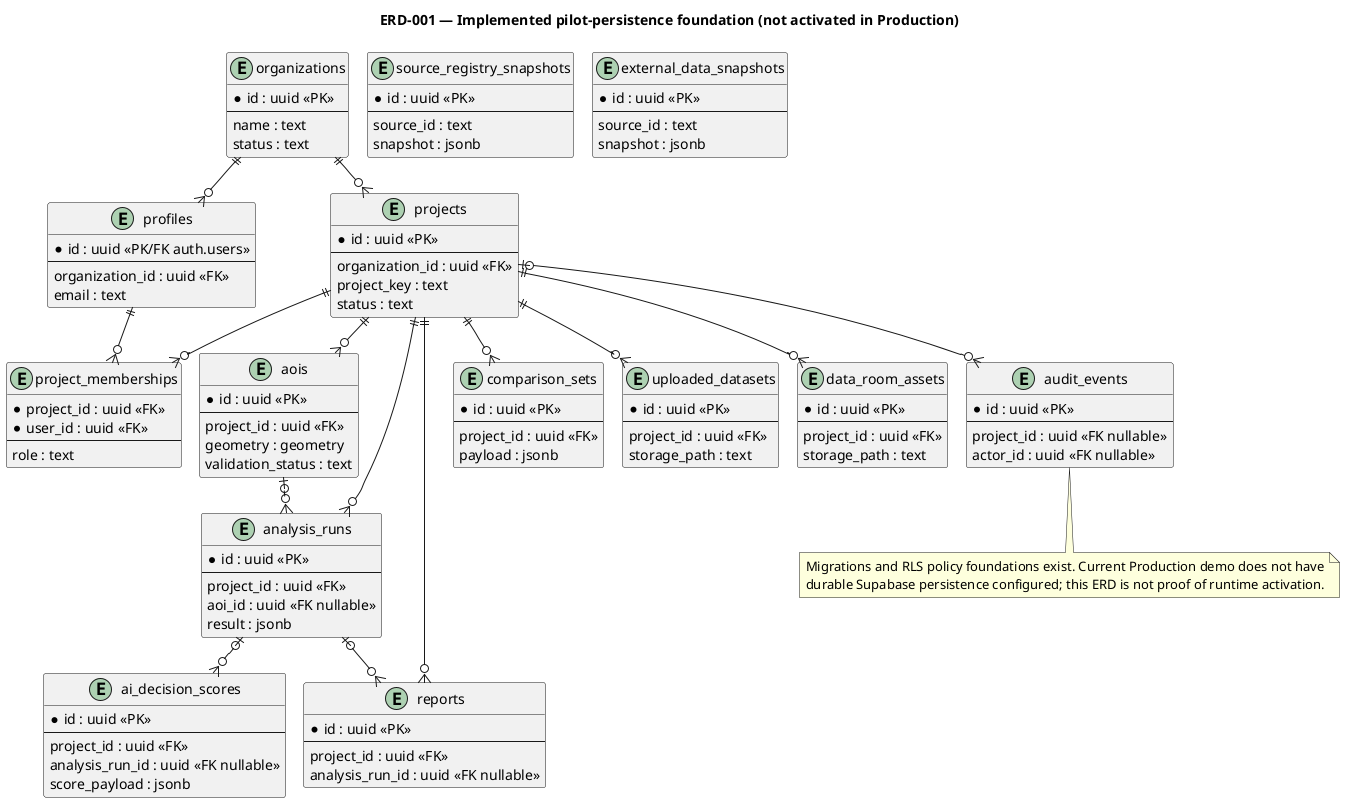
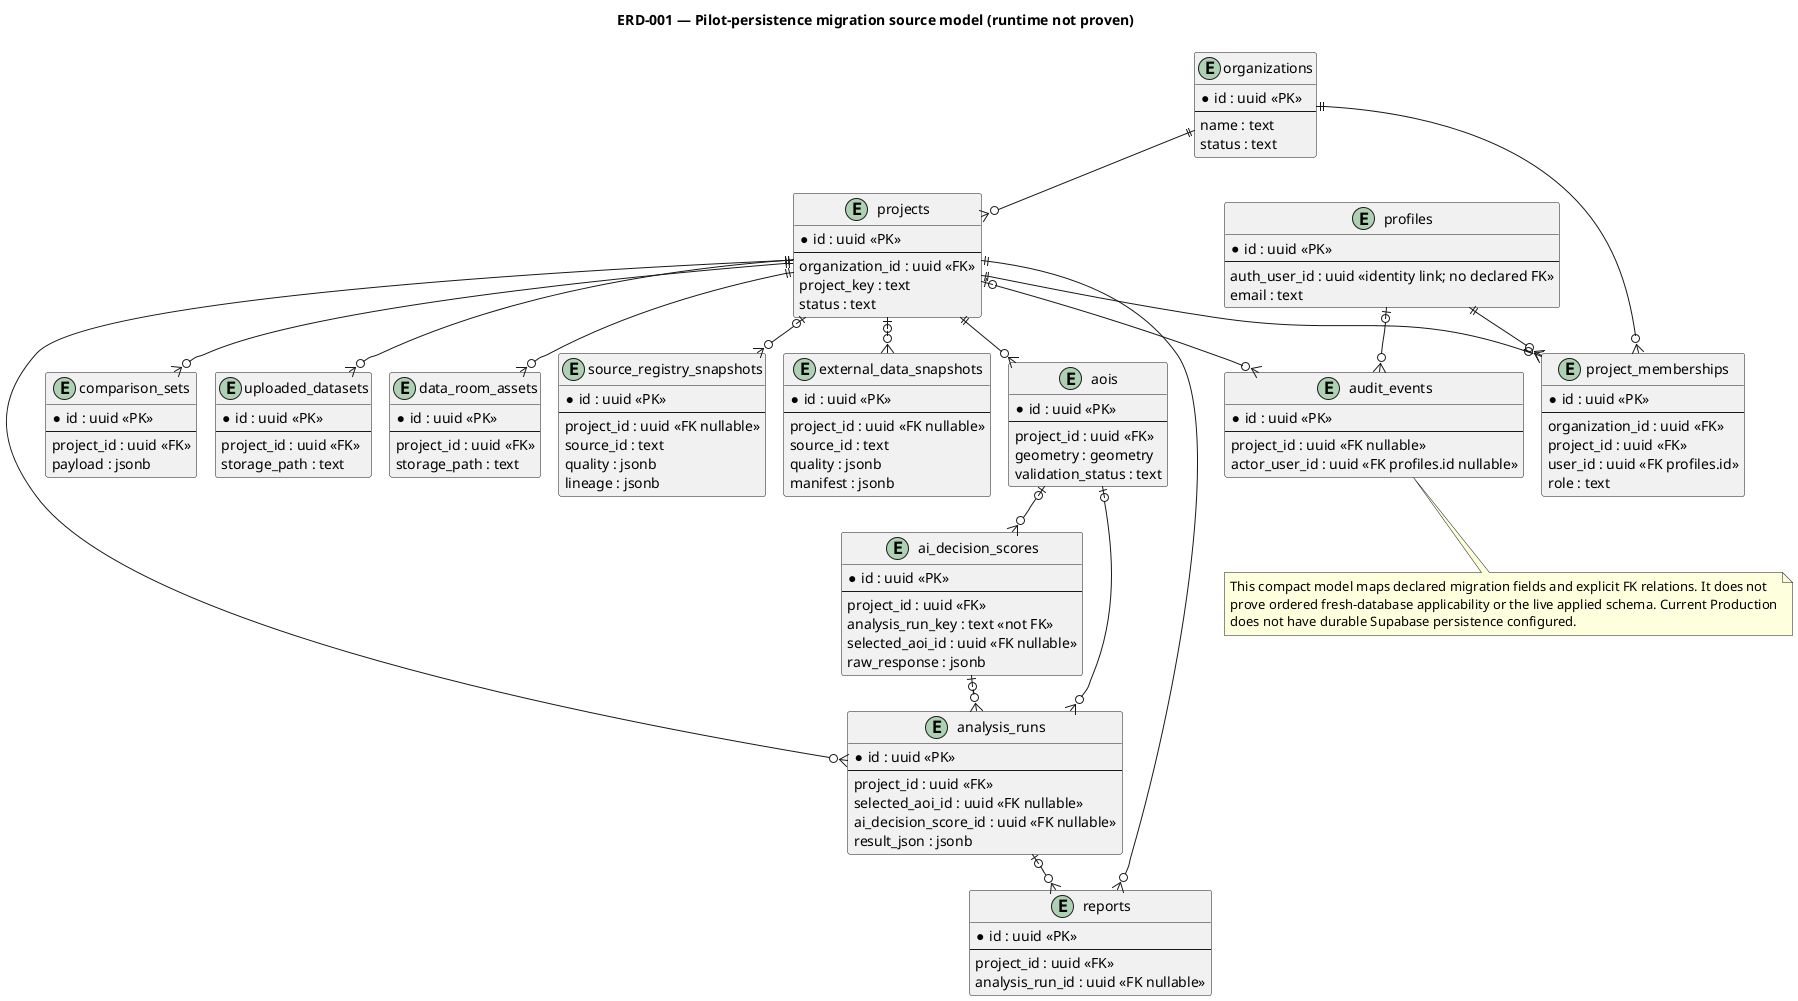
@startuml ERD-001
!pragma layout smetana
- title ERD-001 — Implemented pilot-persistence foundation (not activated in Production)
+ title ERD-001 — Pilot-persistence migration source model (runtime not proven)
hide methods
hide stereotypes
skinparam backgroundColor #FFFFFF
skinparam shadowing false
skinparam defaultFontName Arial

entity organizations {
  * id : uuid <<PK>>
  --
  name : text
  status : text
}
entity profiles {
-   * id : uuid <<PK/FK auth.users>>
+   * id : uuid <<PK>>
  --
-   organization_id : uuid <<FK>>
+   auth_user_id : uuid <<identity link; no declared FK>>
  email : text
}
entity projects {
  * id : uuid <<PK>>
  --
  organization_id : uuid <<FK>>
  project_key : text
  status : text
}
entity project_memberships {
-   * project_id : uuid <<FK>>
-   * user_id : uuid <<FK>>
+   * id : uuid <<PK>>
  --
+   organization_id : uuid <<FK>>
+   project_id : uuid <<FK>>
+   user_id : uuid <<FK profiles.id>>
  role : text
}
entity aois {
  * id : uuid <<PK>>
  --
  project_id : uuid <<FK>>
  geometry : geometry
  validation_status : text
}
entity analysis_runs {
  * id : uuid <<PK>>
  --
  project_id : uuid <<FK>>
-   aoi_id : uuid <<FK nullable>>
-   result : jsonb
+   selected_aoi_id : uuid <<FK nullable>>
+   ai_decision_score_id : uuid <<FK nullable>>
+   result_json : jsonb
}
entity ai_decision_scores {
  * id : uuid <<PK>>
  --
  project_id : uuid <<FK>>
-   analysis_run_id : uuid <<FK nullable>>
-   score_payload : jsonb
+   analysis_run_key : text <<not FK>>
+   selected_aoi_id : uuid <<FK nullable>>
+   raw_response : jsonb
}
entity reports {
  * id : uuid <<PK>>
  --
  project_id : uuid <<FK>>
  analysis_run_id : uuid <<FK nullable>>
}
entity comparison_sets {
  * id : uuid <<PK>>
  --
  project_id : uuid <<FK>>
  payload : jsonb
}
entity uploaded_datasets {
  * id : uuid <<PK>>
  --
  project_id : uuid <<FK>>
  storage_path : text
}
entity data_room_assets {
  * id : uuid <<PK>>
  --
  project_id : uuid <<FK>>
  storage_path : text
}
entity source_registry_snapshots {
  * id : uuid <<PK>>
  --
+   project_id : uuid <<FK nullable>>
  source_id : text
-   snapshot : jsonb
+   quality : jsonb
+   lineage : jsonb
}
entity external_data_snapshots {
  * id : uuid <<PK>>
  --
+   project_id : uuid <<FK nullable>>
  source_id : text
-   snapshot : jsonb
+   quality : jsonb
+   manifest : jsonb
}
entity audit_events {
  * id : uuid <<PK>>
  --
  project_id : uuid <<FK nullable>>
-   actor_id : uuid <<FK nullable>>
+   actor_user_id : uuid <<FK profiles.id nullable>>
}

- organizations ||--o{ profiles
organizations ||--o{ projects
+ organizations ||--o{ project_memberships
projects ||--o{ project_memberships
profiles ||--o{ project_memberships
projects ||--o{ aois
projects ||--o{ analysis_runs
aois |o--o{ analysis_runs
- analysis_runs |o--o{ ai_decision_scores
+ aois |o--o{ ai_decision_scores
+ ai_decision_scores |o--o{ analysis_runs
projects ||--o{ reports
analysis_runs |o--o{ reports
projects ||--o{ comparison_sets
projects ||--o{ uploaded_datasets
projects ||--o{ data_room_assets
+ projects |o--o{ source_registry_snapshots
+ projects |o--o{ external_data_snapshots
projects |o--o{ audit_events
+ profiles |o--o{ audit_events

note bottom
- Migrations and RLS policy foundations exist. Current Production demo does not have
- durable Supabase persistence configured; this ERD is not proof of runtime activation.
+ This compact model maps declared migration fields and explicit FK relations. It does not
+ prove ordered fresh-database applicability or the live applied schema. Current Production
+ does not have durable Supabase persistence configured.
end note
@enduml
